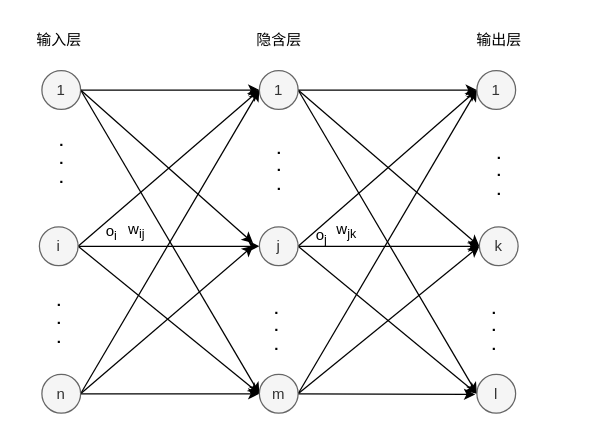
Before: 2023/06/08/两层神经网络BP算法/neural network.drawio in congli01/congli01.github.io, a draw.io diagram. Source tidied: cells renumbered, new cells numbered last; positions are measured from the earlier drawing's top-left corner, leaving out a move shared by most shapes. Both pictures are drawn from the tidied source at 125%, with x=0, y=0 at pixel (21, 21).
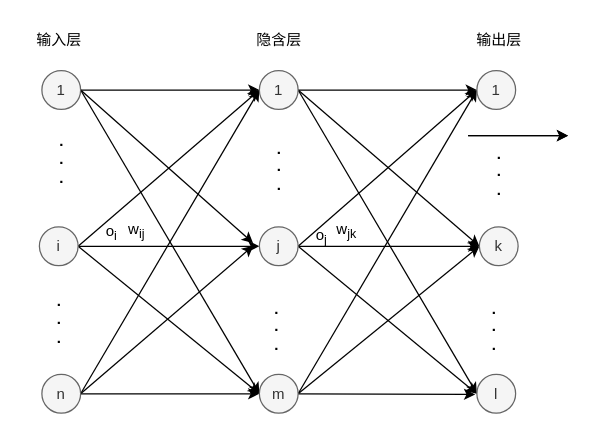
The same diagram, later.

The edit, as a diff of the source:
```diff
@@
+    <mxCell id="42" style="edgeStyle=none;orthogonalLoop=1;jettySize=auto;html=1;" parent="1" edge="1">
+      <mxGeometry relative="1" as="geometry">
+        <mxPoint x="357" y="91" as="sourcePoint" />
+        <mxPoint x="437" y="91" as="targetPoint" />
+      </mxGeometry>
+    </mxCell>
+    <mxCell id="43" style="edgeStyle=none;orthogonalLoop=1;jettySize=auto;html=1;" parent="1" edge="1">
+      <mxGeometry relative="1" as="geometry">
+        <mxPoint x="357" y="91" as="sourcePoint" />
+        <mxPoint x="437" y="91" as="targetPoint" />
+      </mxGeometry>
+    </mxCell>
```
